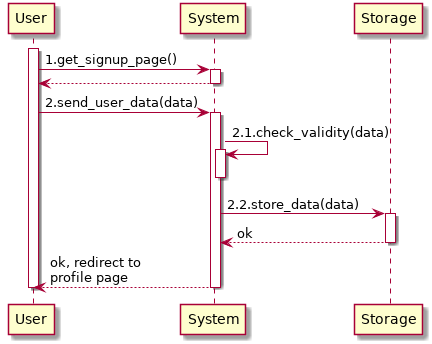
Before: RASD/images/useCases/sign_up.png, a diagram exported from PlantUML (GiorgioUghini/SafeStreets).
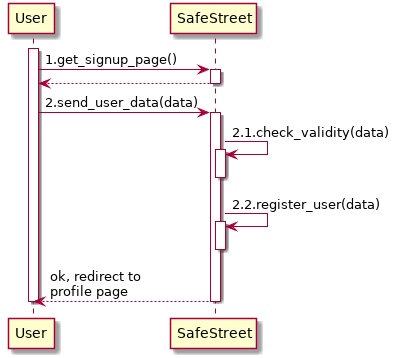
Later version of the same file.

The edit, as a diff of the source:
```diff
@@ -2,8 +2,7 @@
     autoactivate on
 
     participant User as U
-    participant System as S
-    participant Storage as ST
+    participant SafeStreet as S
 
     activate U
     U -> S: 1.get_signup_page()
@@ -11,8 +10,8 @@
     U -> S: 2.send_user_data(data)
     S -> S: 2.1.check_validity(data)
     deactivate S
-    S -> ST: 2.2.store_data(data)
-    return ok
+    S -> S: 2.2.register_user(data)
+    deactivate S
     return ok, redirect to\nprofile page
     deactivate U
 @enduml
```
